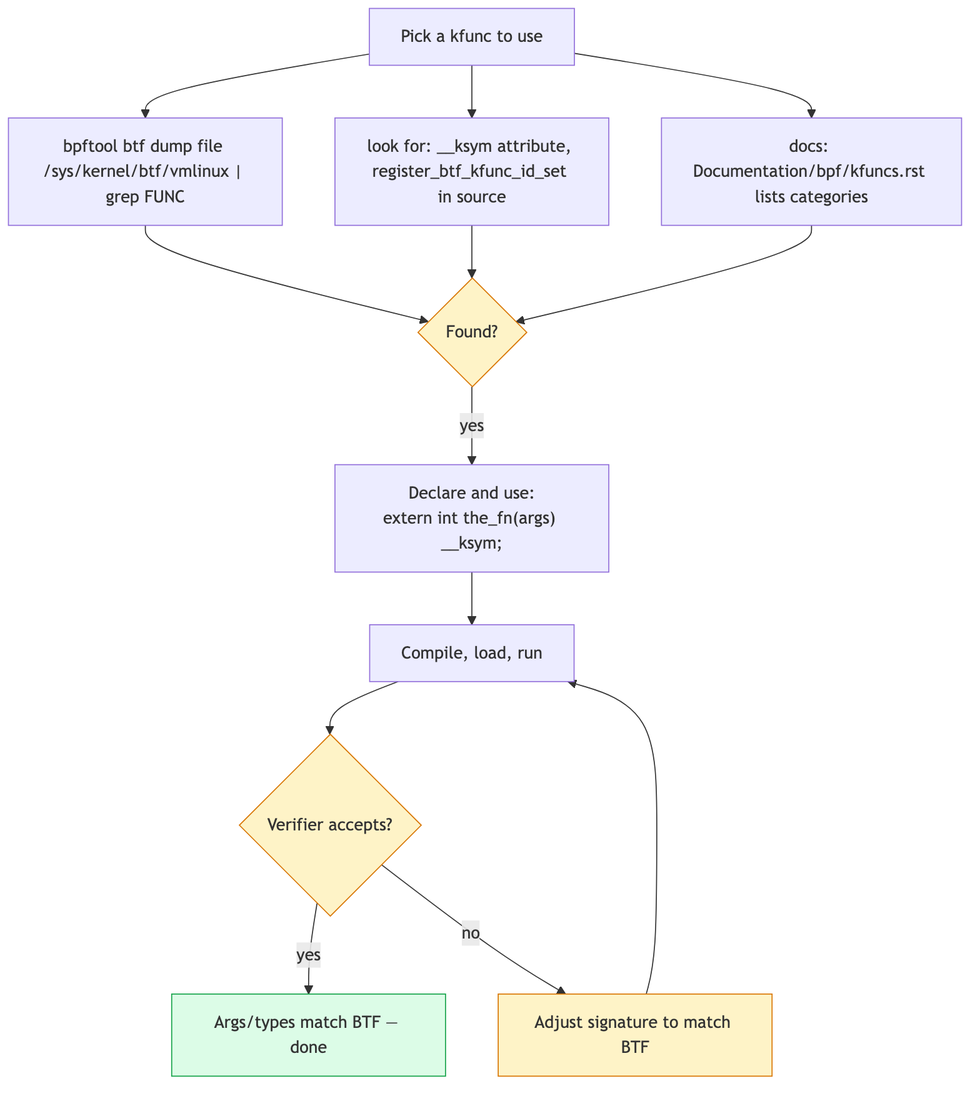
Before: ebpf/src/diagrams/day24_kfunc_discovery.png, a diagram exported from Mermaid (biefy/books). Its source is kept beside it as ebpf/src/diagrams/src/day24_kfunc_discovery.mmd. Its diagram source:
```mermaid
flowchart TD
    Start["Pick a kfunc to use"]
    Find1["bpftool btf dump file /sys/kernel/btf/vmlinux | grep FUNC"]
    Find2["look for: __ksym attribute, register_btf_kfunc_id_set in source"]
    Find3["docs: Documentation/bpf/kfuncs.rst lists categories"]

    Decide{Found?}
    Use["Declare and use:<br/>extern int the_fn(args) __ksym;"]
    Run["Compile, load, run"]
    VerifyAccept{Verifier accepts?}
    Match["Args/types match BTF — done"]
    Mismatch["Adjust signature to match BTF"]

    Start --> Find1
    Start --> Find2
    Start --> Find3
    Find1 --> Decide
    Find2 --> Decide
    Find3 --> Decide
    Decide -->|yes| Use --> Run --> VerifyAccept
    VerifyAccept -->|yes| Match
    VerifyAccept -->|no| Mismatch --> Run

    classDef ok fill:#dcfce7,stroke:#16a34a
    classDef hot fill:#fef3c7,stroke:#d97706
    class Match ok
    class Decide,VerifyAccept,Mismatch hot
```
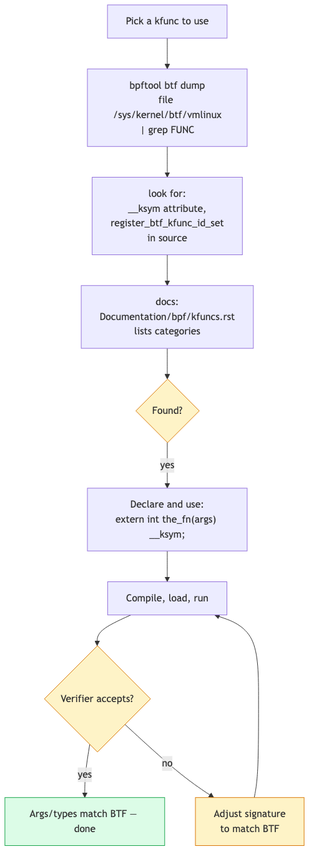
The same file after the commit.

Change to the diagram source:
```diff
@@ -1,22 +1,17 @@
 flowchart TD
     Start["Pick a kfunc to use"]
-    Find1["bpftool btf dump file /sys/kernel/btf/vmlinux | grep FUNC"]
-    Find2["look for: __ksym attribute, register_btf_kfunc_id_set in source"]
-    Find3["docs: Documentation/bpf/kfuncs.rst lists categories"]
+    Find1["bpftool btf dump<br/>file /sys/kernel/btf/vmlinux<br/>| grep FUNC"]
+    Find2["look for:<br/>__ksym attribute,<br/>register_btf_kfunc_id_set<br/>in source"]
+    Find3["docs:<br/>Documentation/bpf/kfuncs.rst<br/>lists categories"]
 
     Decide{Found?}
     Use["Declare and use:<br/>extern int the_fn(args) __ksym;"]
     Run["Compile, load, run"]
     VerifyAccept{Verifier accepts?}
     Match["Args/types match BTF — done"]
-    Mismatch["Adjust signature to match BTF"]
+    Mismatch["Adjust signature<br/>to match BTF"]
 
-    Start --> Find1
-    Start --> Find2
-    Start --> Find3
-    Find1 --> Decide
-    Find2 --> Decide
-    Find3 --> Decide
+    Start --> Find1 --> Find2 --> Find3 --> Decide
     Decide -->|yes| Use --> Run --> VerifyAccept
     VerifyAccept -->|yes| Match
     VerifyAccept -->|no| Mismatch --> Run
```
